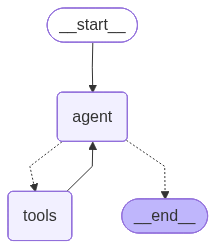
Above: static/graphs/main-agent.png in cube-harness/cube (Mermaid), before the change. Its source is kept beside it as static/graphs/main-agent.mmd.
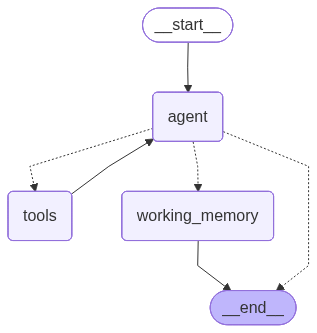
Later version of the same file.

Diff of the diagram source:
```diff
@@ -3,10 +3,13 @@
 	__start__([<p>__start__</p>]):::first
 	agent(agent)
 	tools(tools)
+	working_memory(working_memory)
 	__end__([<p>__end__</p>]):::last
 	__start__ --> agent;
 	tools --> agent;
+	working_memory --> __end__;
 	agent -.-> tools;
+	agent -.-> working_memory;
 	agent -.-> __end__;
 	classDef default fill:#f2f0ff,line-height:1.2;
 	classDef first fill-opacity:0;
```
